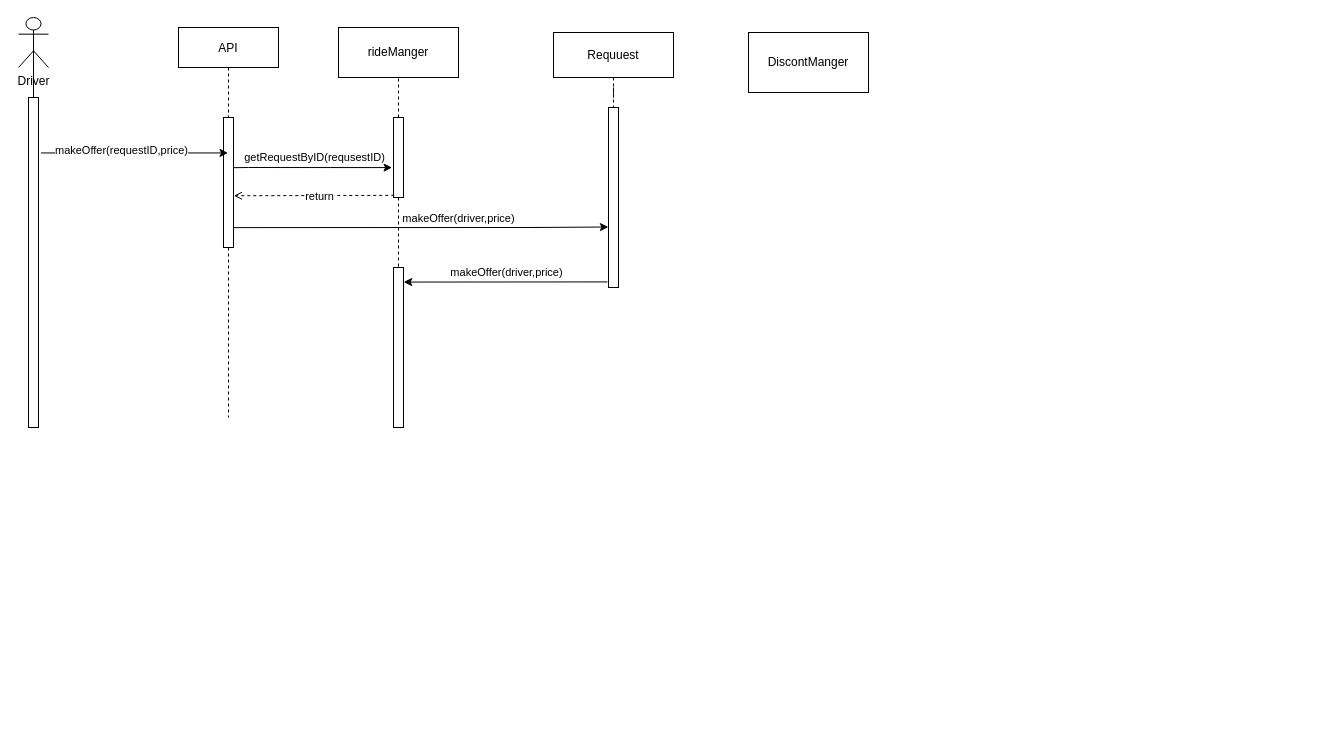
Earlier version of the draw.io diagram diagrams/Sequence Diagrams/DiscountSequence.drawio (KareemMAX/CarApp). Source tidied: cells renumbered, new cells numbered last; positions are measured from the earlier drawing's top-left corner, leaving out a move shared by most shapes. Both pictures are drawn from the tidied source at 100%, with x=0, y=0 at pixel (18, 17).
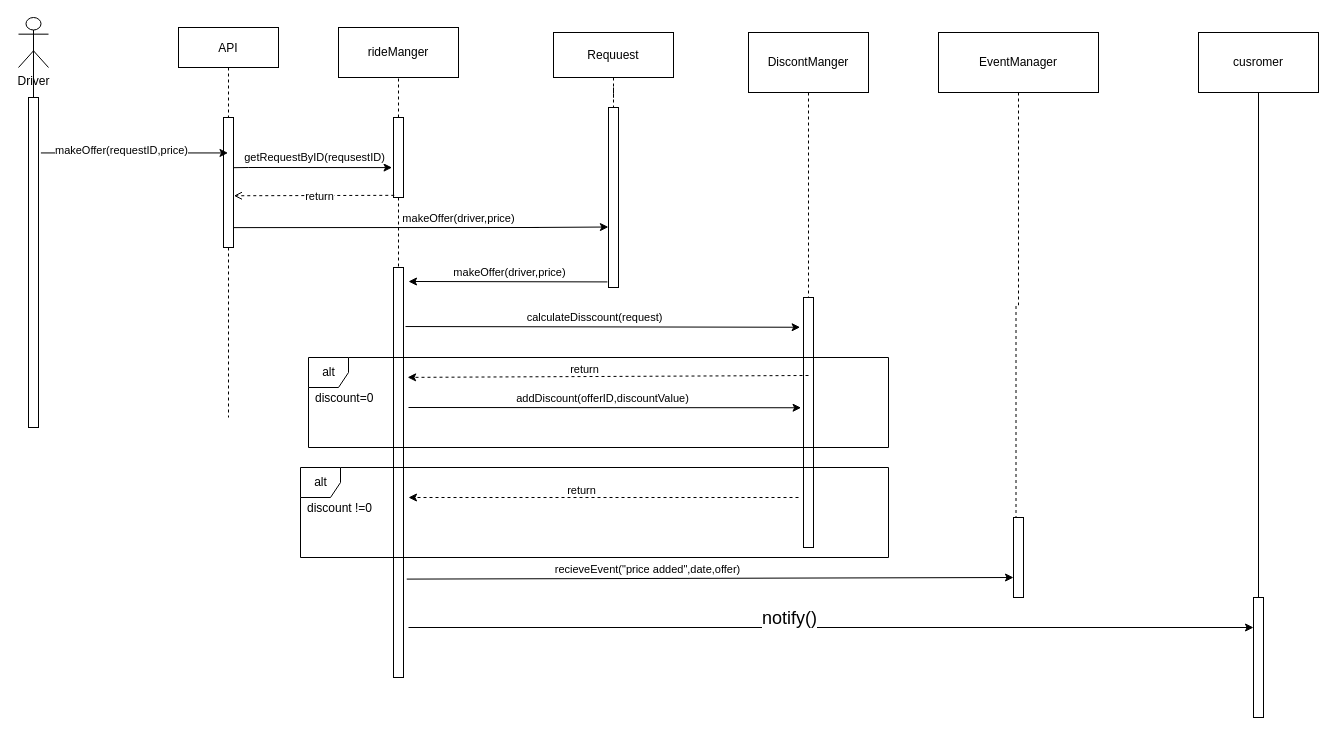
The same page after the edit.

Commit message:
discount seq added

The change refers to these unchanged cells:
```xml
<mxCell id="19" style="rounded=0;whiteSpace=wrap;html=1;" parent="1" vertex="1">
  <mxGeometry x="590" y="90" width="10" height="180" as="geometry" />
</mxCell>
<mxCell id="25" value="DiscontManger" style="rounded=0;whiteSpace=wrap;html=1;" parent="1" vertex="1">
  <mxGeometry x="730" y="15" width="120" height="60" as="geometry" />
</mxCell>
```

Change to the diagram source:
```diff
@@
     <mxCell id="22" style="rounded=0;whiteSpace=wrap;html=1;" parent="1" vertex="1">
-      <mxGeometry x="375" y="250" width="10" height="160" as="geometry" />
+      <mxGeometry x="375" y="250" width="10" height="410" as="geometry" />
     </mxCell>
-    <mxCell id="23" style="endArrow=classic;html=1;rounded=0;exitX=-0.108;exitY=0.969;exitDx=0;exitDy=0;exitPerimeter=0;entryX=1.019;entryY=0.091;entryDx=0;entryDy=0;entryPerimeter=0;" parent="1" edge="1" source="19" target="22">
-      <mxGeometry relative="1" as="geometry" />
+    <mxCell id="23" style="endArrow=classic;html=1;rounded=0;exitX=-0.108;exitY=0.969;exitDx=0;exitDy=0;exitPerimeter=0;" parent="1" edge="1" source="19">
+      <mxGeometry relative="1" as="geometry">
+        <mxPoint x="390" y="264" as="targetPoint" />
+      </mxGeometry>
     </mxCell>
@@
+    <mxCell id="26" style="edgeStyle=orthogonalEdgeStyle;rounded=0;jettySize=auto;html=1;endArrow=none;endFill=0;dashed=1;entryX=0.5;entryY=0;entryDx=0;entryDy=0;" parent="1" edge="1" source="25" target="27">
+      <mxGeometry relative="1" as="geometry" />
+    </mxCell>
@@
+    <mxCell id="27" style="rounded=0;whiteSpace=wrap;html=1;" parent="1" vertex="1">
+      <mxGeometry x="785" y="280" width="10" height="250" as="geometry" />
+    </mxCell>
+    <mxCell id="28" style="endArrow=classic;html=1;rounded=0;entryX=-0.336;entryY=0.119;entryDx=0;entryDy=0;entryPerimeter=0;exitX=1.2;exitY=0.144;exitDx=0;exitDy=0;exitPerimeter=0;" parent="1" edge="1" source="22" target="27">
+      <mxGeometry relative="1" as="geometry" />
+    </mxCell>
+    <mxCell id="29" value="calculateDisscount(request)" style="edgeLabel;html=1;align=center;verticalAlign=middle;" parent="28" vertex="1">
+      <mxGeometry x="-0.04" y="-3" relative="1" as="geometry">
+        <mxPoint y="-13" as="offset" />
+      </mxGeometry>
+    </mxCell>
+    <mxCell id="30" value="alt" style="shape=umlFrame;tabWidth=110;tabHeight=30;tabPosition=left;html=1;boundedLbl=1;labelInHeader=1;width=40;height=30;" parent="1" vertex="1">
+      <mxGeometry x="282" y="450" width="588" height="90" as="geometry" />
+    </mxCell>
+    <mxCell id="31" value="discount !=0" style="text;" parent="30" vertex="1">
+      <mxGeometry width="100" height="20" relative="1" as="geometry">
+        <mxPoint x="5" y="27" as="offset" />
+      </mxGeometry>
+    </mxCell>
+    <mxCell id="32" style="endArrow=classic;html=1;rounded=0;dashed=1;" parent="1" edge="1">
+      <mxGeometry relative="1" as="geometry">
+        <mxPoint x="780" y="480" as="sourcePoint" />
+        <mxPoint x="390" y="480" as="targetPoint" />
+      </mxGeometry>
+    </mxCell>
+    <mxCell id="33" value="return" style="edgeLabel;html=1;align=center;verticalAlign=middle;" parent="32" vertex="1">
+      <mxGeometry x="0.12" y="1" relative="1" as="geometry">
+        <mxPoint y="-9" as="offset" />
+      </mxGeometry>
+    </mxCell>
+    <mxCell id="34" style="endArrow=classic;html=1;rounded=0;entryX=-0.24;entryY=0.441;entryDx=0;entryDy=0;entryPerimeter=0;" parent="1" edge="1" target="27">
+      <mxGeometry relative="1" as="geometry">
+        <mxPoint x="390" y="390" as="sourcePoint" />
+      </mxGeometry>
+    </mxCell>
+    <mxCell id="35" value="addDiscount(offerID,discountValue)" style="edgeLabel;html=1;align=center;verticalAlign=middle;" parent="34" vertex="1">
+      <mxGeometry x="-0.21" y="2" relative="1" as="geometry">
+        <mxPoint x="38" y="-8" as="offset" />
+      </mxGeometry>
+    </mxCell>
+    <mxCell id="36" value="alt" style="shape=umlFrame;tabWidth=110;tabHeight=30;tabPosition=left;html=1;boundedLbl=1;labelInHeader=1;width=40;height=30;" parent="1" vertex="1">
+      <mxGeometry x="290" y="340" width="580" height="90" as="geometry" />
+    </mxCell>
+    <mxCell id="37" value="discount=0" style="text;" parent="36" vertex="1">
+      <mxGeometry width="100" height="20" relative="1" as="geometry">
+        <mxPoint x="5" y="27" as="offset" />
+      </mxGeometry>
+    </mxCell>
+    <mxCell id="38" style="endArrow=classic;html=1;rounded=0;entryX=1.409;entryY=0.268;entryDx=0;entryDy=0;entryPerimeter=0;dashed=1;" parent="1" edge="1" target="22">
+      <mxGeometry relative="1" as="geometry">
+        <mxPoint x="790" y="358" as="sourcePoint" />
+      </mxGeometry>
+    </mxCell>
+    <mxCell id="39" value="return" style="edgeLabel;html=1;align=center;verticalAlign=middle;" parent="38" vertex="1">
+      <mxGeometry x="0.12" y="1" relative="1" as="geometry">
+        <mxPoint y="-9" as="offset" />
+      </mxGeometry>
+    </mxCell>
+    <mxCell id="40" style="edgeStyle=orthogonalEdgeStyle;rounded=0;jettySize=auto;html=1;endArrow=none;endFill=0;dashed=1;entryX=0.25;entryY=0;entryDx=0;entryDy=0;" parent="1" edge="1" source="41" target="42">
+      <mxGeometry relative="1" as="geometry" />
+    </mxCell>
+    <mxCell id="41" value="EventManager" style="rounded=0;whiteSpace=wrap;html=1;" parent="1" vertex="1">
+      <mxGeometry x="920" y="15" width="160" height="60" as="geometry" />
+    </mxCell>
+    <mxCell id="42" style="rounded=0;whiteSpace=wrap;html=1;" parent="1" vertex="1">
+      <mxGeometry x="995" y="500" width="10" height="80" as="geometry" />
+    </mxCell>
+    <mxCell id="43" style="endArrow=classic;html=1;rounded=0;exitX=1.324;exitY=0.76;exitDx=0;exitDy=0;entryX=0;entryY=0.75;entryDx=0;entryDy=0;exitPerimeter=0;" parent="1" edge="1" source="22" target="42">
+      <mxGeometry relative="1" as="geometry" />
+    </mxCell>
+    <mxCell id="44" value="recieveEvent(&quot;price added&quot;,date,offer)" style="edgeLabel;html=1;align=center;verticalAlign=middle;" parent="43" vertex="1">
+      <mxGeometry x="-0.21" y="1" relative="1" as="geometry">
+        <mxPoint y="-8" as="offset" />
+      </mxGeometry>
+    </mxCell>
+    <mxCell id="45" style="edgeStyle=orthogonalEdgeStyle;rounded=0;jettySize=auto;html=1;endArrow=none;endFill=0;entryX=0.5;entryY=0;entryDx=0;entryDy=0;" parent="1" edge="1" source="46" target="47">
+      <mxGeometry relative="1" as="geometry" />
+    </mxCell>
+    <mxCell id="46" value="cusromer" style="rounded=0;whiteSpace=wrap;html=1;" parent="1" vertex="1">
+      <mxGeometry x="1180" y="15" width="120" height="60" as="geometry" />
+    </mxCell>
+    <mxCell id="47" style="rounded=0;whiteSpace=wrap;html=1;" parent="1" vertex="1">
+      <mxGeometry x="1235" y="580" width="10" height="120" as="geometry" />
+    </mxCell>
+    <mxCell id="48" style="endArrow=classic;html=1;rounded=0;entryX=0;entryY=0.25;entryDx=0;entryDy=0;" parent="1" edge="1" target="47">
+      <mxGeometry relative="1" as="geometry">
+        <mxPoint x="390" y="610" as="sourcePoint" />
+      </mxGeometry>
+    </mxCell>
+    <mxCell id="49" value="notify()" style="edgeLabel;html=1;align=center;verticalAlign=middle;fontSize=18;" parent="48" vertex="1">
+      <mxGeometry x="-0.1" y="-5" relative="1" as="geometry">
+        <mxPoint y="-15" as="offset" />
+      </mxGeometry>
+    </mxCell>
```
